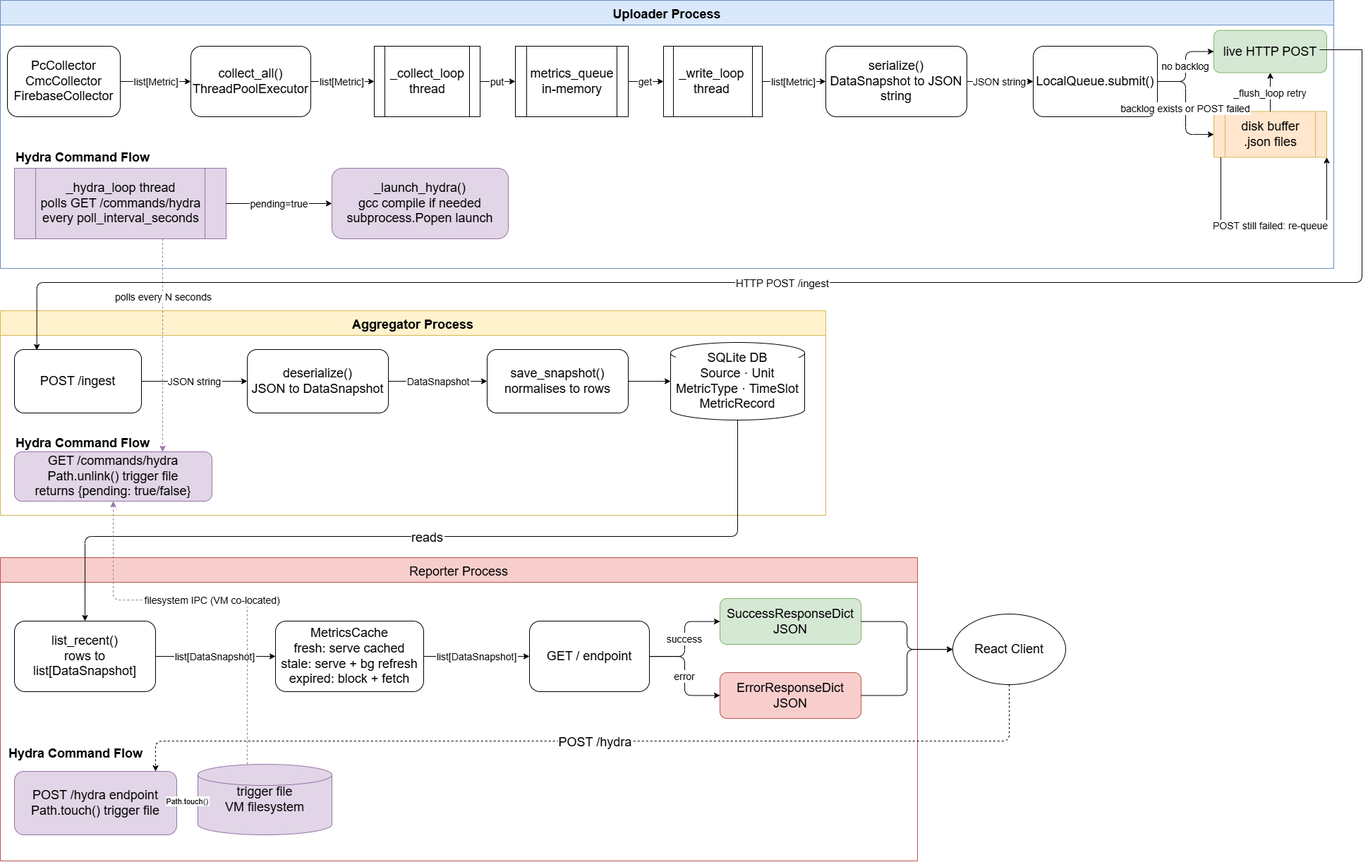
This is COTC-Data-Flow.png from EoinOKelly/Draw.io, a draw.io export, as it was before one commit. Source tidied: cells renumbered, new cells last; positions are measured from the earlier drawing's top-left corner, leaving out a move shared by most shapes.
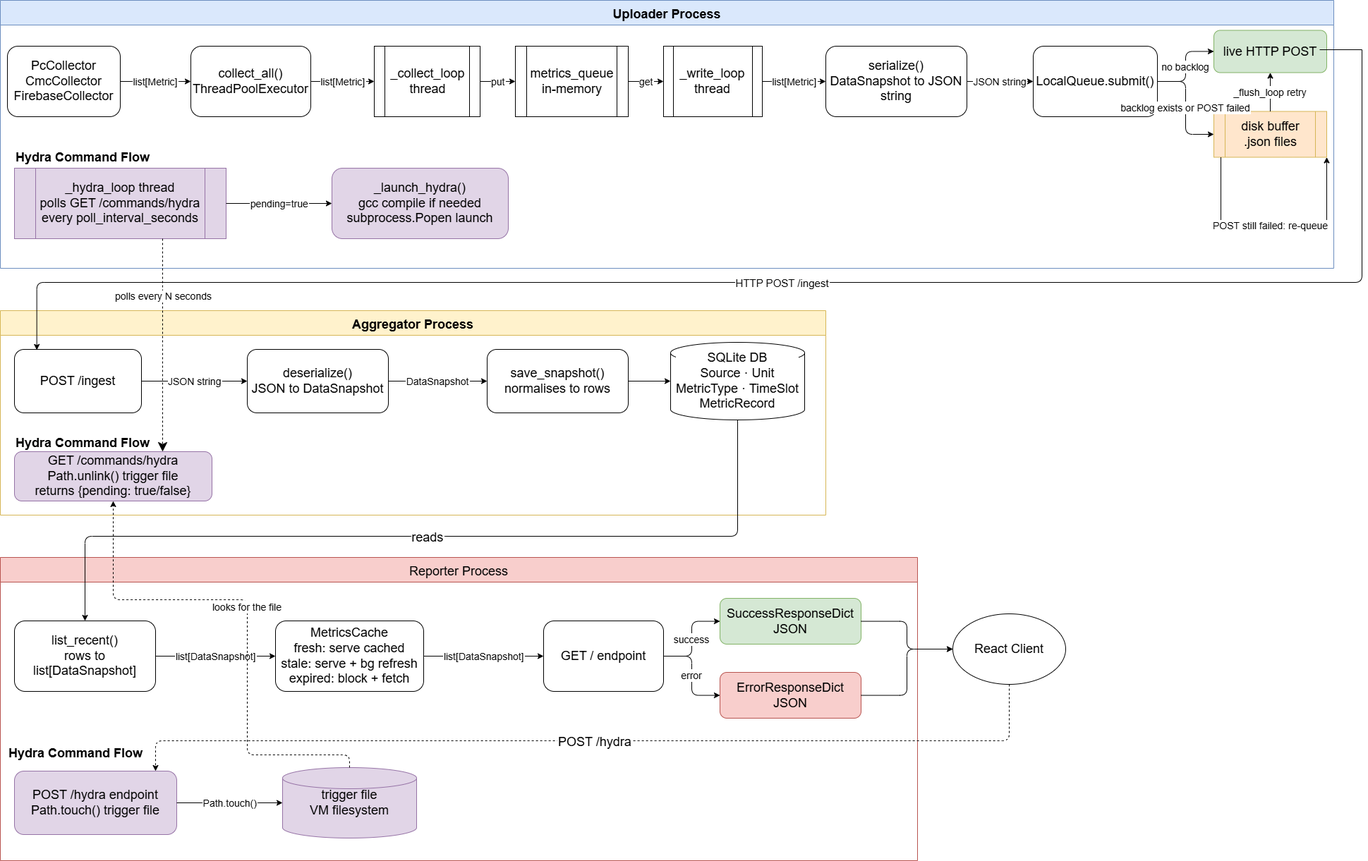
The same diagram one commit later.

The edit, as a diff of the source:
```diff
@@ -122,7 +122,7 @@
       <mxGeometry x="390" y="90" width="210" height="100" as="geometry" />
     </mxCell>
     <mxCell id="40" value="GET / endpoint" style="rounded=1;whiteSpace=wrap;fontSize=18;" parent="37" vertex="1">
-      <mxGeometry x="750" y="90" width="170" height="100" as="geometry" />
+      <mxGeometry x="770" y="90" width="170" height="100" as="geometry" />
     </mxCell>
     <mxCell id="41" value="SuccessResponseDict&#10;JSON" style="rounded=1;whiteSpace=wrap;fillColor=#d5e8d4;strokeColor=#82b366;fontSize=18;" parent="37" vertex="1">
       <mxGeometry x="1020" y="58" width="200" height="65" as="geometry" />
@@ -137,7 +137,7 @@
       <mxGeometry x="20" y="303" width="230" height="90" as="geometry" />
     </mxCell>
     <mxCell id="45" value="trigger file&#10;VM filesystem" style="shape=cylinder3;whiteSpace=wrap;fillColor=#e1d5e7;strokeColor=#9673a6;fontSize=18;labelBackgroundColor=none;" parent="37" vertex="1">
-      <mxGeometry x="280" y="293" width="190" height="100" as="geometry" />
+      <mxGeometry x="400" y="298" width="190" height="100" as="geometry" />
     </mxCell>
     <mxCell id="46" value="list[DataSnapshot]" style="edgeStyle=orthogonalEdgeStyle;fontSize=14;" parent="37" edge="1" source="38" target="39">
       <mxGeometry relative="1" as="geometry" />
@@ -151,7 +151,7 @@
     <mxCell id="49" value="error" style="edgeStyle=orthogonalEdgeStyle;fontSize=14;" parent="37" edge="1" source="40" target="42">
       <mxGeometry relative="1" as="geometry" />
     </mxCell>
-    <mxCell id="50" value="Path.touch()" style="edgeStyle=orthogonalEdgeStyle;" parent="37" edge="1" source="44" target="45">
+    <mxCell id="50" value="Path.touch()" style="edgeStyle=orthogonalEdgeStyle;fontSize=14;" parent="37" edge="1" source="44" target="45">
       <mxGeometry relative="1" as="geometry" />
     </mxCell>
     <mxCell id="51" value="reads" style="edgeStyle=elbowEdgeStyle;elbow=vertical;fontSize=18;" parent="1" edge="1" source="31" target="38">
@@ -161,7 +161,7 @@
         </Array>
       </mxGeometry>
     </mxCell>
-    <mxCell id="52" style="edgeStyle=orthogonalEdgeStyle;dashed=1;strokeColor=#9673a6;" parent="1" edge="1" source="13" target="33">
+    <mxCell id="52" style="edgeStyle=orthogonalEdgeStyle;dashed=1;strokeColor=light-dark(#000000, #9577a3);startSize=8;endSize=11;" parent="1" edge="1" source="13" target="33">
       <mxGeometry relative="1" as="geometry">
         <Array as="points">
           <mxPoint x="230" y="480" />
@@ -174,9 +174,11 @@
         <mxPoint y="-9" as="offset" />
       </mxGeometry>
     </mxCell>
-    <mxCell id="54" value="filesystem IPC (VM co-located)" style="edgeStyle=orthogonalEdgeStyle;dashed=1;strokeColor=#9673a6;fontSize=14;" parent="1" edge="1" source="45" target="33">
-      <mxGeometry relative="1" as="geometry">
+    <mxCell id="54" value="looks for the file" style="edgeStyle=orthogonalEdgeStyle;dashed=1;strokeColor=light-dark(#000000, #9577a3);fontSize=14;" parent="1" edge="1" source="45" target="33">
+      <mxGeometry x="0.05" relative="1" as="geometry">
         <Array as="points">
+          <mxPoint x="495" y="1070" />
+          <mxPoint x="350" y="1070" />
           <mxPoint x="350" y="850" />
           <mxPoint x="160" y="850" />
         </Array>
```
